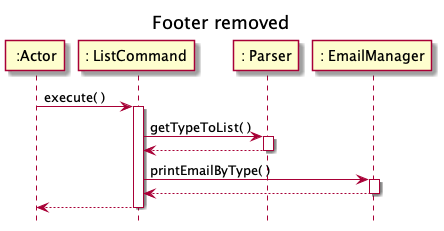
This is docs/Sequence Diagrams/ListCommand.png from yanli1215/tp, a PlantUML export, as it was before one commit.
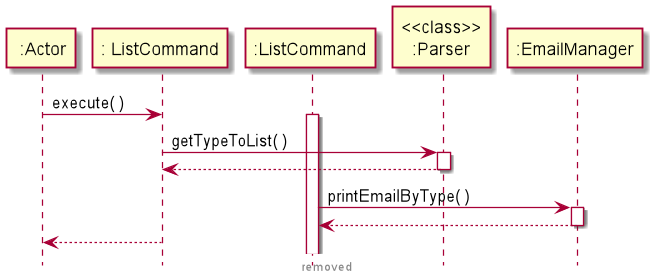
Later version of the same file.

Change to the diagram source:
```diff
@@ -2,23 +2,23 @@
 participant " :Actor"
 
 hide footbox
-title Footer removed
+Footer removed
 
 " :Actor" -> ": ListCommand" : execute( )
-activate ": ListCommand"
+activate ":ListCommand"
 
 
-": ListCommand" -> ": Parser" : getTypeToList( )
-activate ": Parser"
+": ListCommand" -> "<<class>>\n:Parser" : getTypeToList( )
+activate "<<class>>\n:Parser"
 
-": Parser" --> ": ListCommand"
-deactivate ": Parser"
+"<<class>>\n:Parser" --> ": ListCommand"
+deactivate "<<class>>\n:Parser"
 
-": ListCommand" -> ": EmailManager" : printEmailByType( )
-activate ": EmailManager"
+":ListCommand" -> ":EmailManager" : printEmailByType( )
+activate ":EmailManager"
 
-": EmailManager" --> ": ListCommand"
-deactivate ": EmailManager"
+":EmailManager" --> ":ListCommand"
+deactivate ":EmailManager"
 
 
 
```
